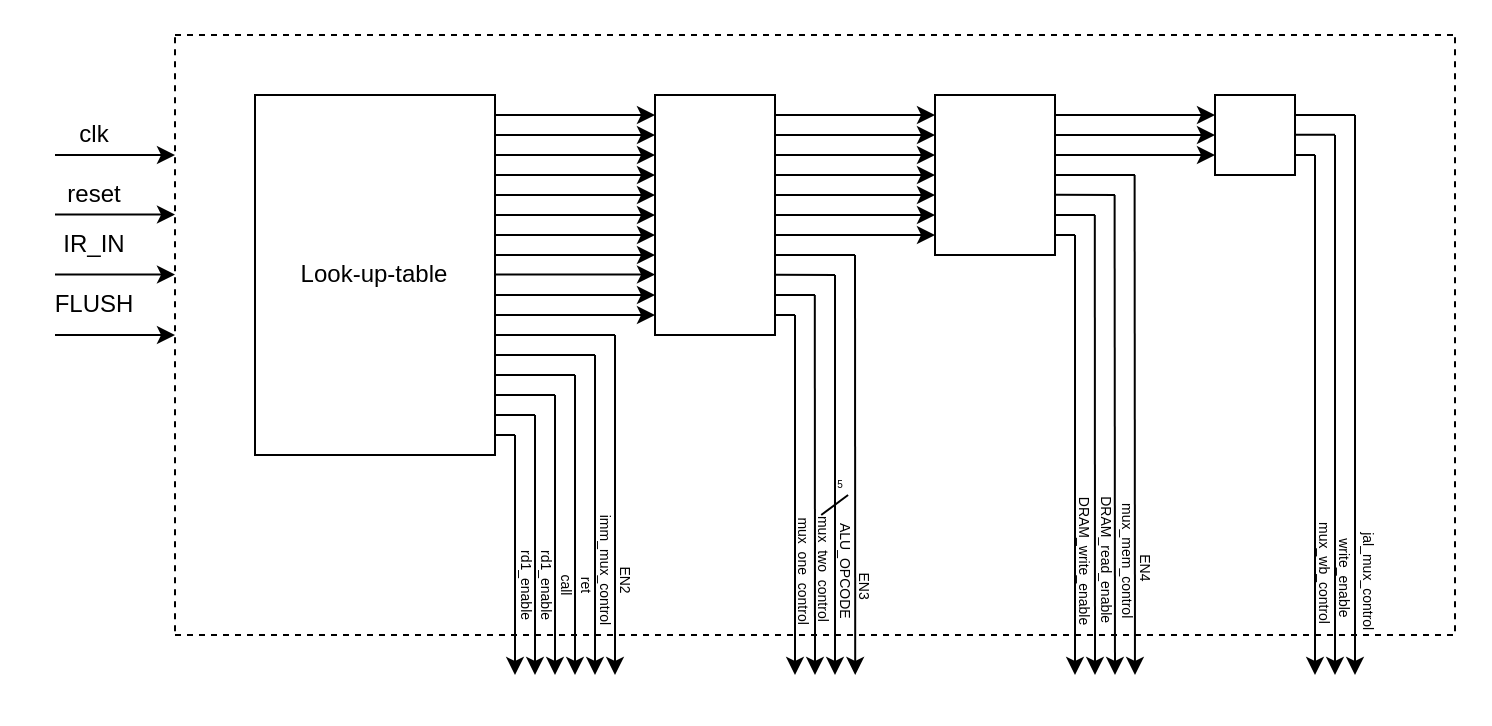
Above: page "Control Unit" (4 of 6) of Untitled Diagram.drawio in dkasta/dlx_processor (draw.io), before the change. Source tidied: cells renumbered, new cells numbered last; positions are measured from the earlier drawing's top-left corner, leaving out a move shared by most shapes. Both pictures are drawn from the tidied source at 200%, with x=0, y=0 at pixel (34, 34).
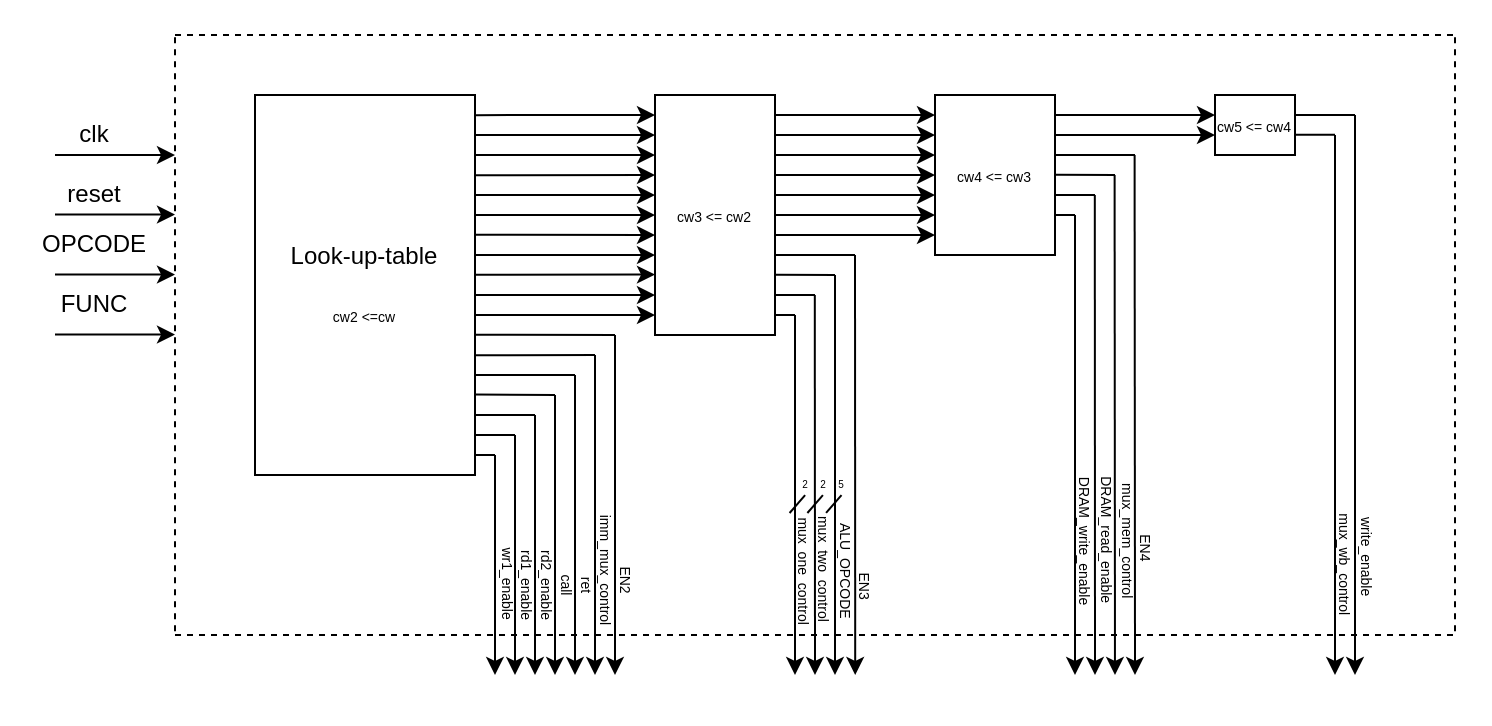
The same diagram, later.

Unchanged cells that the change refers to:
```xml
<mxCell id="48" value="&lt;font style=&quot;font-size: 7px;&quot;&gt;ALU_OPCODE&lt;br&gt;&lt;/font&gt;" style="text;html=1;strokeColor=none;fillColor=none;align=center;verticalAlign=middle;whiteSpace=wrap;rounded=0;rotation=90;" parent="1" vertex="1">
  <mxGeometry x="377.3" y="254.5" width="60" height="28.4" as="geometry" />
</mxCell>
```

Change to the diagram source:
```diff
@@
-    <mxCell id="2" value="Look-up-table" style="rounded=0;whiteSpace=wrap;html=1;" parent="1" vertex="1">
-      <mxGeometry x="110" y="30" width="120" height="180" as="geometry" />
+    <mxCell id="2" value="Look-up-table&lt;br&gt;&lt;br&gt;&lt;span style=&quot;font-size: 7px;&quot;&gt;cw2 &amp;lt;=cw&lt;/span&gt;" style="rounded=0;whiteSpace=wrap;html=1;" parent="1" vertex="1">
+      <mxGeometry x="110" y="30" width="110" height="190" as="geometry" />
     </mxCell>
-    <mxCell id="3" style="endArrow=classic;html=1;rounded=0;" parent="1" edge="1">
+    <mxCell id="3" style="endArrow=classic;html=1;rounded=0;exitX=1;exitY=0.053;exitDx=0;exitDy=0;exitPerimeter=0;" parent="1" edge="1" source="2">
       <mxGeometry relative="1" as="geometry">
-        <mxPoint x="230" y="40" as="sourcePoint" />
         <mxPoint x="310" y="40" as="targetPoint" />
       </mxGeometry>
     </mxCell>
-    <mxCell id="4" style="endArrow=classic;html=1;rounded=0;" parent="1" edge="1">
+    <mxCell id="4" style="endArrow=classic;html=1;rounded=0;exitX=1;exitY=0.105;exitDx=0;exitDy=0;exitPerimeter=0;" parent="1" edge="1" source="2">
       <mxGeometry relative="1" as="geometry">
-        <mxPoint x="230" y="50" as="sourcePoint" />
         <mxPoint x="310" y="50" as="targetPoint" />
       </mxGeometry>
     </mxCell>
-    <mxCell id="5" style="endArrow=classic;html=1;rounded=0;" parent="1" edge="1">
+    <mxCell id="5" style="endArrow=classic;html=1;rounded=0;exitX=1;exitY=0.158;exitDx=0;exitDy=0;exitPerimeter=0;" parent="1" edge="1" source="2">
       <mxGeometry relative="1" as="geometry">
-        <mxPoint x="230" y="60" as="sourcePoint" />
         <mxPoint x="310" y="60" as="targetPoint" />
       </mxGeometry>
     </mxCell>
-    <mxCell id="6" style="endArrow=classic;html=1;rounded=0;" parent="1" edge="1">
+    <mxCell id="6" style="endArrow=classic;html=1;rounded=0;exitX=1;exitY=0.211;exitDx=0;exitDy=0;exitPerimeter=0;" parent="1" edge="1" source="2">
       <mxGeometry relative="1" as="geometry">
-        <mxPoint x="230" y="70" as="sourcePoint" />
         <mxPoint x="310" y="70" as="targetPoint" />
       </mxGeometry>
     </mxCell>
-    <mxCell id="7" style="endArrow=classic;html=1;rounded=0;" parent="1" edge="1">
+    <mxCell id="7" style="endArrow=classic;html=1;rounded=0;exitX=1;exitY=0.263;exitDx=0;exitDy=0;exitPerimeter=0;" parent="1" edge="1" source="2">
       <mxGeometry relative="1" as="geometry">
-        <mxPoint x="230" y="80" as="sourcePoint" />
         <mxPoint x="310" y="80" as="targetPoint" />
       </mxGeometry>
     </mxCell>
-    <mxCell id="8" style="endArrow=classic;html=1;rounded=0;" parent="1" edge="1">
+    <mxCell id="8" style="endArrow=classic;html=1;rounded=0;exitX=1;exitY=0.316;exitDx=0;exitDy=0;exitPerimeter=0;" parent="1" edge="1" source="2">
       <mxGeometry relative="1" as="geometry">
-        <mxPoint x="230" y="90" as="sourcePoint" />
         <mxPoint x="310" y="90" as="targetPoint" />
       </mxGeometry>
     </mxCell>
-    <mxCell id="9" style="endArrow=classic;html=1;rounded=0;" parent="1" edge="1">
+    <mxCell id="9" style="endArrow=classic;html=1;rounded=0;exitX=1;exitY=0.368;exitDx=0;exitDy=0;exitPerimeter=0;" parent="1" edge="1" source="2">
       <mxGeometry relative="1" as="geometry">
-        <mxPoint x="230" y="100" as="sourcePoint" />
         <mxPoint x="310" y="100" as="targetPoint" />
       </mxGeometry>
     </mxCell>
-    <mxCell id="10" style="endArrow=classic;html=1;rounded=0;" parent="1" edge="1">
+    <mxCell id="10" style="endArrow=classic;html=1;rounded=0;exitX=1;exitY=0.421;exitDx=0;exitDy=0;exitPerimeter=0;" parent="1" edge="1" source="2">
       <mxGeometry relative="1" as="geometry">
-        <mxPoint x="230" y="110" as="sourcePoint" />
         <mxPoint x="310" y="110" as="targetPoint" />
       </mxGeometry>
     </mxCell>
-    <mxCell id="11" style="endArrow=classic;html=1;rounded=0;" parent="1" edge="1">
+    <mxCell id="11" style="endArrow=classic;html=1;rounded=0;exitX=1.002;exitY=0.473;exitDx=0;exitDy=0;exitPerimeter=0;" parent="1" edge="1" source="2">
       <mxGeometry relative="1" as="geometry">
-        <mxPoint x="230" y="119.8" as="sourcePoint" />
         <mxPoint x="310" y="119.8" as="targetPoint" />
       </mxGeometry>
     </mxCell>
-    <mxCell id="12" style="endArrow=classic;html=1;rounded=0;" parent="1" edge="1">
+    <mxCell id="12" style="endArrow=classic;html=1;rounded=0;exitX=1;exitY=0.526;exitDx=0;exitDy=0;exitPerimeter=0;" parent="1" edge="1" source="2">
       <mxGeometry relative="1" as="geometry">
-        <mxPoint x="230" y="130" as="sourcePoint" />
         <mxPoint x="310" y="130" as="targetPoint" />
       </mxGeometry>
     </mxCell>
-    <mxCell id="13" style="endArrow=classic;html=1;rounded=0;" parent="1" edge="1">
+    <mxCell id="13" style="endArrow=classic;html=1;rounded=0;exitX=1;exitY=0.579;exitDx=0;exitDy=0;exitPerimeter=0;" parent="1" edge="1" source="2">
       <mxGeometry relative="1" as="geometry">
-        <mxPoint x="230" y="140" as="sourcePoint" />
         <mxPoint x="310" y="140" as="targetPoint" />
       </mxGeometry>
     </mxCell>
-    <mxCell id="14" style="rounded=0;whiteSpace=wrap;html=1;" parent="1" vertex="1">
+    <mxCell id="14" value="&lt;span style=&quot;font-size: 7px;&quot;&gt;cw3 &amp;lt;= cw2&lt;/span&gt;" style="rounded=0;whiteSpace=wrap;html=1;" parent="1" vertex="1">
       <mxGeometry x="310" y="30" width="60" height="120" as="geometry" />
     </mxCell>
-    <mxCell id="15" style="endArrow=none;html=1;rounded=0;" parent="1" edge="1">
-      <mxGeometry relative="1" as="geometry">
-        <mxPoint x="230" y="200" as="sourcePoint" />
-        <mxPoint x="240" y="200" as="targetPoint" />
-      </mxGeometry>
-    </mxCell>
@@
-    <mxCell id="17" style="endArrow=none;html=1;rounded=0;" parent="1" edge="1">
+    <mxCell id="17" style="endArrow=none;html=1;rounded=0;exitX=1;exitY=0.842;exitDx=0;exitDy=0;exitPerimeter=0;" parent="1" edge="1" source="2">
       <mxGeometry relative="1" as="geometry">
-        <mxPoint x="230" y="190" as="sourcePoint" />
         <mxPoint x="250" y="190" as="targetPoint" />
       </mxGeometry>
     </mxCell>
-    <mxCell id="18" style="endArrow=none;html=1;rounded=0;" parent="1" edge="1">
+    <mxCell id="18" style="endArrow=none;html=1;rounded=0;exitX=1;exitY=0.788;exitDx=0;exitDy=0;exitPerimeter=0;" parent="1" edge="1" source="2">
       <mxGeometry relative="1" as="geometry">
-        <mxPoint x="230" y="180" as="sourcePoint" />
         <mxPoint x="260" y="180" as="targetPoint" />
       </mxGeometry>
     </mxCell>
-    <mxCell id="19" style="endArrow=none;html=1;rounded=0;" parent="1" edge="1">
+    <mxCell id="19" style="endArrow=none;html=1;rounded=0;exitX=1.001;exitY=0.737;exitDx=0;exitDy=0;exitPerimeter=0;" parent="1" edge="1" source="2">
       <mxGeometry relative="1" as="geometry">
-        <mxPoint x="230" y="170" as="sourcePoint" />
         <mxPoint x="270" y="170" as="targetPoint" />
       </mxGeometry>
     </mxCell>
-    <mxCell id="20" style="endArrow=none;html=1;rounded=0;" parent="1" edge="1">
+    <mxCell id="20" style="endArrow=none;html=1;rounded=0;exitX=1.003;exitY=0.685;exitDx=0;exitDy=0;exitPerimeter=0;" parent="1" edge="1" source="2">
       <mxGeometry relative="1" as="geometry">
-        <mxPoint x="230" y="160" as="sourcePoint" />
         <mxPoint x="280" y="160" as="targetPoint" />
       </mxGeometry>
     </mxCell>
     <mxCell id="21" style="endArrow=none;html=1;rounded=0;" parent="1" edge="1">
       <mxGeometry relative="1" as="geometry">
-        <mxPoint x="230" y="150" as="sourcePoint" />
+        <mxPoint x="220" y="149.9" as="sourcePoint" />
         <mxPoint x="290" y="150" as="targetPoint" />
       </mxGeometry>
     </mxCell>
@@
-    <mxCell id="28" value="&lt;font style=&quot;font-size: 7px;&quot;&gt;rd1_enable&lt;br&gt;&lt;/font&gt;" style="text;html=1;strokeColor=none;fillColor=none;align=center;verticalAlign=middle;whiteSpace=wrap;rounded=0;rotation=90;" parent="1" vertex="1">
+    <mxCell id="28" value="&lt;font style=&quot;font-size: 7px;&quot;&gt;rd2_enable&lt;br&gt;&lt;/font&gt;" style="text;html=1;strokeColor=none;fillColor=none;align=center;verticalAlign=middle;whiteSpace=wrap;rounded=0;rotation=90;" parent="1" vertex="1">
       <mxGeometry x="227.5" y="262.5" width="60" height="25" as="geometry" />
     </mxCell>
@@
-    <mxCell id="49" style="endArrow=none;html=1;rounded=0;fontSize=7;entryX=0.75;entryY=1;entryDx=0;entryDy=0;" parent="1" edge="1" target="50">
-      <mxGeometry relative="1" as="geometry">
-        <mxPoint x="393.1" y="240" as="sourcePoint" />
-      </mxGeometry>
+    <mxCell id="49" style="endArrow=none;html=1;rounded=0;fontSize=7;entryX=0.446;entryY=1.01;entryDx=0;entryDy=0;exitX=0.004;exitY=0.914;exitDx=0;exitDy=0;exitPerimeter=0;entryPerimeter=0;" parent="1" edge="1" source="48" target="50">
+      <mxGeometry relative="1" as="geometry" />
     </mxCell>
     <mxCell id="50" value="&lt;font style=&quot;font-size: 5px;&quot;&gt;5&lt;/font&gt;" style="text;html=1;strokeColor=none;fillColor=none;align=center;verticalAlign=middle;whiteSpace=wrap;rounded=0;fontSize=7;" parent="1" vertex="1">
-      <mxGeometry x="396.2" y="220" width="13.8" height="10" as="geometry" />
+      <mxGeometry x="400" y="220" width="7.3" height="10" as="geometry" />
     </mxCell>
-    <mxCell id="51" style="rounded=0;whiteSpace=wrap;html=1;" parent="1" vertex="1">
+    <mxCell id="51" value="&lt;span style=&quot;font-size: 7px;&quot;&gt;cw4 &amp;lt;= cw3&lt;/span&gt;" style="rounded=0;whiteSpace=wrap;html=1;" parent="1" vertex="1">
       <mxGeometry x="450" y="30" width="60" height="80" as="geometry" />
     </mxCell>
@@
-    <mxCell id="54" style="endArrow=classic;html=1;rounded=0;" parent="1" edge="1">
-      <mxGeometry relative="1" as="geometry">
-        <mxPoint x="510" y="60" as="sourcePoint" />
-        <mxPoint x="590" y="60" as="targetPoint" />
-      </mxGeometry>
-    </mxCell>
     <mxCell id="55" style="endArrow=none;html=1;rounded=0;" parent="1" edge="1">
       <mxGeometry relative="1" as="geometry">
-        <mxPoint x="510" y="100" as="sourcePoint" />
-        <mxPoint x="520" y="100" as="targetPoint" />
+        <mxPoint x="510" y="90" as="sourcePoint" />
+        <mxPoint x="520" y="90" as="targetPoint" />
       </mxGeometry>
     </mxCell>
     <mxCell id="56" style="endArrow=classic;html=1;rounded=0;" parent="1" edge="1">
       <mxGeometry relative="1" as="geometry">
-        <mxPoint x="520" y="100" as="sourcePoint" />
+        <mxPoint x="520" y="90" as="sourcePoint" />
         <mxPoint x="520" y="320" as="targetPoint" />
       </mxGeometry>
     </mxCell>
     <mxCell id="57" style="endArrow=none;html=1;rounded=0;" parent="1" edge="1">
       <mxGeometry relative="1" as="geometry">
-        <mxPoint x="510" y="90" as="sourcePoint" />
-        <mxPoint x="530" y="90" as="targetPoint" />
+        <mxPoint x="510" y="80" as="sourcePoint" />
+        <mxPoint x="530" y="80" as="targetPoint" />
       </mxGeometry>
     </mxCell>
     <mxCell id="58" style="endArrow=classic;html=1;rounded=0;" parent="1" edge="1">
       <mxGeometry relative="1" as="geometry">
-        <mxPoint x="529.9" y="90" as="sourcePoint" />
+        <mxPoint x="529.9" y="80" as="sourcePoint" />
         <mxPoint x="530" y="320" as="targetPoint" />
       </mxGeometry>
     </mxCell>
     <mxCell id="59" value="&lt;font style=&quot;font-size: 7px;&quot;&gt;DRAM_write_enable&lt;br&gt;&lt;/font&gt;" style="text;html=1;strokeColor=none;fillColor=none;align=center;verticalAlign=middle;whiteSpace=wrap;rounded=0;rotation=90;" parent="1" vertex="1">
-      <mxGeometry x="496.6" y="251.2" width="60" height="23.8" as="geometry" />
+      <mxGeometry x="496.6" y="241.2" width="60" height="23.8" as="geometry" />
     </mxCell>
     <mxCell id="60" value="&lt;font style=&quot;font-size: 7px;&quot;&gt;DRAM_read_enable&lt;br&gt;&lt;/font&gt;" style="text;html=1;strokeColor=none;fillColor=none;align=center;verticalAlign=middle;whiteSpace=wrap;rounded=0;rotation=90;" parent="1" vertex="1">
-      <mxGeometry x="507.3" y="251.6" width="60" height="23.1" as="geometry" />
+      <mxGeometry x="507.3" y="241.6" width="60" height="23.1" as="geometry" />
     </mxCell>
     <mxCell id="61" style="endArrow=none;html=1;rounded=0;" parent="1" edge="1">
       <mxGeometry relative="1" as="geometry">
-        <mxPoint x="510" y="79.9" as="sourcePoint" />
-        <mxPoint x="540" y="80" as="targetPoint" />
+        <mxPoint x="510" y="69.9" as="sourcePoint" />
+        <mxPoint x="540" y="70" as="targetPoint" />
       </mxGeometry>
     </mxCell>
     <mxCell id="62" style="endArrow=classic;html=1;rounded=0;" parent="1" edge="1">
       <mxGeometry relative="1" as="geometry">
-        <mxPoint x="539.8" y="80" as="sourcePoint" />
+        <mxPoint x="539.8" y="70" as="sourcePoint" />
         <mxPoint x="540" y="320" as="targetPoint" />
       </mxGeometry>
     </mxCell>
     <mxCell id="63" value="&lt;font style=&quot;font-size: 7px;&quot;&gt;mux_mem_control&lt;br&gt;&lt;/font&gt;" style="text;html=1;strokeColor=none;fillColor=none;align=center;verticalAlign=middle;whiteSpace=wrap;rounded=0;rotation=90;" parent="1" vertex="1">
-      <mxGeometry x="517.8" y="244.4" width="60" height="37.5" as="geometry" />
+      <mxGeometry x="517.8" y="234.4" width="60" height="37.5" as="geometry" />
     </mxCell>
@@
     <mxCell id="67" style="endArrow=none;html=1;rounded=0;" parent="1" edge="1">
       <mxGeometry relative="1" as="geometry">
-        <mxPoint x="510" y="70" as="sourcePoint" />
-        <mxPoint x="550" y="70" as="targetPoint" />
+        <mxPoint x="510" y="60" as="sourcePoint" />
+        <mxPoint x="550" y="60" as="targetPoint" />
       </mxGeometry>
     </mxCell>
     <mxCell id="68" style="endArrow=classic;html=1;rounded=0;" parent="1" edge="1">
       <mxGeometry relative="1" as="geometry">
-        <mxPoint x="549.8" y="70" as="sourcePoint" />
+        <mxPoint x="549.8" y="60" as="sourcePoint" />
         <mxPoint x="550" y="320" as="targetPoint" />
       </mxGeometry>
     </mxCell>
     <mxCell id="69" value="&lt;font style=&quot;font-size: 7px;&quot;&gt;EN4&lt;br&gt;&lt;/font&gt;" style="text;html=1;strokeColor=none;fillColor=none;align=center;verticalAlign=middle;whiteSpace=wrap;rounded=0;rotation=90;" parent="1" vertex="1">
-      <mxGeometry x="526.5" y="256.5" width="60" height="19.9" as="geometry" />
+      <mxGeometry x="526.5" y="246.5" width="60" height="19.9" as="geometry" />
     </mxCell>
-    <mxCell id="70" style="rounded=0;whiteSpace=wrap;html=1;" parent="1" vertex="1">
-      <mxGeometry x="590" y="30" width="40" height="40" as="geometry" />
+    <mxCell id="70" value="&lt;font style=&quot;font-size: 7px;&quot;&gt;cw5 &amp;lt;= cw4&lt;/font&gt;" style="rounded=0;whiteSpace=wrap;html=1;" parent="1" vertex="1">
+      <mxGeometry x="590" y="30" width="40" height="30" as="geometry" />
     </mxCell>
-    <mxCell id="71" style="endArrow=none;html=1;rounded=0;" parent="1" edge="1">
-      <mxGeometry relative="1" as="geometry">
-        <mxPoint x="630" y="60" as="sourcePoint" />
-        <mxPoint x="640" y="60" as="targetPoint" />
-      </mxGeometry>
-    </mxCell>
@@
-    <mxCell id="74" style="endArrow=classic;html=1;rounded=0;" parent="1" edge="1">
-      <mxGeometry relative="1" as="geometry">
-        <mxPoint x="640" y="60" as="sourcePoint" />
-        <mxPoint x="640" y="320" as="targetPoint" />
-      </mxGeometry>
-    </mxCell>
@@
-    <mxCell id="77" value="&lt;font style=&quot;font-size: 7px;&quot;&gt;jal_mux_control&lt;br&gt;&lt;/font&gt;" style="text;html=1;strokeColor=none;fillColor=none;align=center;verticalAlign=middle;whiteSpace=wrap;rounded=0;rotation=90;" parent="1" vertex="1">
-      <mxGeometry x="638.5" y="258.4" width="60" height="29.4" as="geometry" />
+    <mxCell id="77" value="&lt;font style=&quot;font-size: 7px;&quot;&gt;mux_wb_control&lt;br&gt;&lt;/font&gt;" style="text;html=1;strokeColor=none;fillColor=none;align=center;verticalAlign=middle;whiteSpace=wrap;rounded=0;rotation=90;" parent="1" vertex="1">
+      <mxGeometry x="626.1" y="244.3" width="60" height="41.8" as="geometry" />
     </mxCell>
     <mxCell id="78" value="&lt;font style=&quot;font-size: 7px;&quot;&gt;write_enable&lt;br&gt;&lt;/font&gt;" style="text;html=1;strokeColor=none;fillColor=none;align=center;verticalAlign=middle;whiteSpace=wrap;rounded=0;rotation=90;" parent="1" vertex="1">
-      <mxGeometry x="626.8" y="256.7" width="60" height="30.1" as="geometry" />
+      <mxGeometry x="638.2" y="248.2" width="60" height="26.6" as="geometry" />
     </mxCell>
-    <mxCell id="79" value="&lt;font style=&quot;font-size: 7px;&quot;&gt;mux_wb_control&lt;br&gt;&lt;/font&gt;" style="text;html=1;strokeColor=none;fillColor=none;align=center;verticalAlign=middle;whiteSpace=wrap;rounded=0;rotation=90;" parent="1" vertex="1">
-      <mxGeometry x="615.9" y="260" width="60" height="18.8" as="geometry" />
-    </mxCell>
@@
-    <mxCell id="87" style="endArrow=classic;html=1;rounded=0;" parent="1" edge="1">
-      <mxGeometry relative="1" as="geometry">
-        <mxPoint x="10" y="150" as="sourcePoint" />
-        <mxPoint x="70" y="150" as="targetPoint" />
-      </mxGeometry>
-    </mxCell>
@@
-    <mxCell id="90" value="IR_IN" style="text;html=1;strokeColor=none;fillColor=none;align=center;verticalAlign=middle;whiteSpace=wrap;rounded=0;dashed=1;" parent="1" vertex="1">
+    <mxCell id="90" value="OPCODE" style="text;html=1;strokeColor=none;fillColor=none;align=center;verticalAlign=middle;whiteSpace=wrap;rounded=0;dashed=1;" parent="1" vertex="1">
       <mxGeometry y="90" width="60" height="30" as="geometry" />
     </mxCell>
-    <mxCell id="91" value="FLUSH" style="text;html=1;strokeColor=none;fillColor=none;align=center;verticalAlign=middle;whiteSpace=wrap;rounded=0;dashed=1;" parent="1" vertex="1">
-      <mxGeometry y="120" width="60" height="30" as="geometry" />
-    </mxCell>
+    <mxCell id="92" style="endArrow=none;html=1;rounded=0;" parent="1" edge="1">
+      <mxGeometry relative="1" as="geometry">
+        <mxPoint x="220" y="210" as="sourcePoint" />
+        <mxPoint x="230" y="210" as="targetPoint" />
+      </mxGeometry>
+    </mxCell>
+    <mxCell id="93" style="endArrow=none;html=1;rounded=0;" parent="1" edge="1">
+      <mxGeometry relative="1" as="geometry">
+        <mxPoint x="220" y="200" as="sourcePoint" />
+        <mxPoint x="240" y="200" as="targetPoint" />
+      </mxGeometry>
+    </mxCell>
+    <mxCell id="94" style="endArrow=classic;html=1;rounded=0;" parent="1" edge="1">
+      <mxGeometry relative="1" as="geometry">
+        <mxPoint x="230" y="210" as="sourcePoint" />
+        <mxPoint x="230" y="320" as="targetPoint" />
+      </mxGeometry>
+    </mxCell>
+    <mxCell id="95" value="&lt;font style=&quot;font-size: 7px;&quot;&gt;wr1_enable&lt;br&gt;&lt;/font&gt;" style="text;html=1;strokeColor=none;fillColor=none;align=center;verticalAlign=middle;whiteSpace=wrap;rounded=0;rotation=90;" parent="1" vertex="1">
+      <mxGeometry x="207.5" y="261.8" width="60" height="25" as="geometry" />
+    </mxCell>
+    <mxCell id="96" style="endArrow=none;html=1;rounded=0;fontSize=7;entryX=0.446;entryY=1.01;entryDx=0;entryDy=0;exitX=0.004;exitY=0.914;exitDx=0;exitDy=0;exitPerimeter=0;entryPerimeter=0;" parent="1" edge="1" target="97">
+      <mxGeometry relative="1" as="geometry">
+        <mxPoint x="386.2" y="239" as="sourcePoint" />
+      </mxGeometry>
+    </mxCell>
+    <mxCell id="97" value="&lt;font style=&quot;font-size: 5px;&quot;&gt;2&lt;/font&gt;" style="text;html=1;strokeColor=none;fillColor=none;align=center;verticalAlign=middle;whiteSpace=wrap;rounded=0;fontSize=7;" parent="1" vertex="1">
+      <mxGeometry x="390.7" y="220" width="7.3" height="10" as="geometry" />
+    </mxCell>
+    <mxCell id="98" style="endArrow=none;html=1;rounded=0;fontSize=7;entryX=0.446;entryY=1.01;entryDx=0;entryDy=0;exitX=0.004;exitY=0.914;exitDx=0;exitDy=0;exitPerimeter=0;entryPerimeter=0;" parent="1" edge="1" target="99">
+      <mxGeometry relative="1" as="geometry">
+        <mxPoint x="377.3" y="239" as="sourcePoint" />
+      </mxGeometry>
+    </mxCell>
+    <mxCell id="99" value="&lt;font style=&quot;font-size: 5px;&quot;&gt;2&lt;/font&gt;" style="text;html=1;strokeColor=none;fillColor=none;align=center;verticalAlign=middle;whiteSpace=wrap;rounded=0;fontSize=7;" parent="1" vertex="1">
+      <mxGeometry x="381.8" y="220" width="7.3" height="10" as="geometry" />
+    </mxCell>
+    <mxCell id="100" style="endArrow=classic;html=1;rounded=0;" parent="1" edge="1">
+      <mxGeometry relative="1" as="geometry">
+        <mxPoint x="10" y="149.8" as="sourcePoint" />
+        <mxPoint x="70" y="149.8" as="targetPoint" />
+      </mxGeometry>
+    </mxCell>
+    <mxCell id="101" value="FUNC" style="text;html=1;strokeColor=none;fillColor=none;align=center;verticalAlign=middle;whiteSpace=wrap;rounded=0;dashed=1;" parent="1" vertex="1">
+      <mxGeometry y="120" width="60" height="30" as="geometry" />
+    </mxCell>
```
